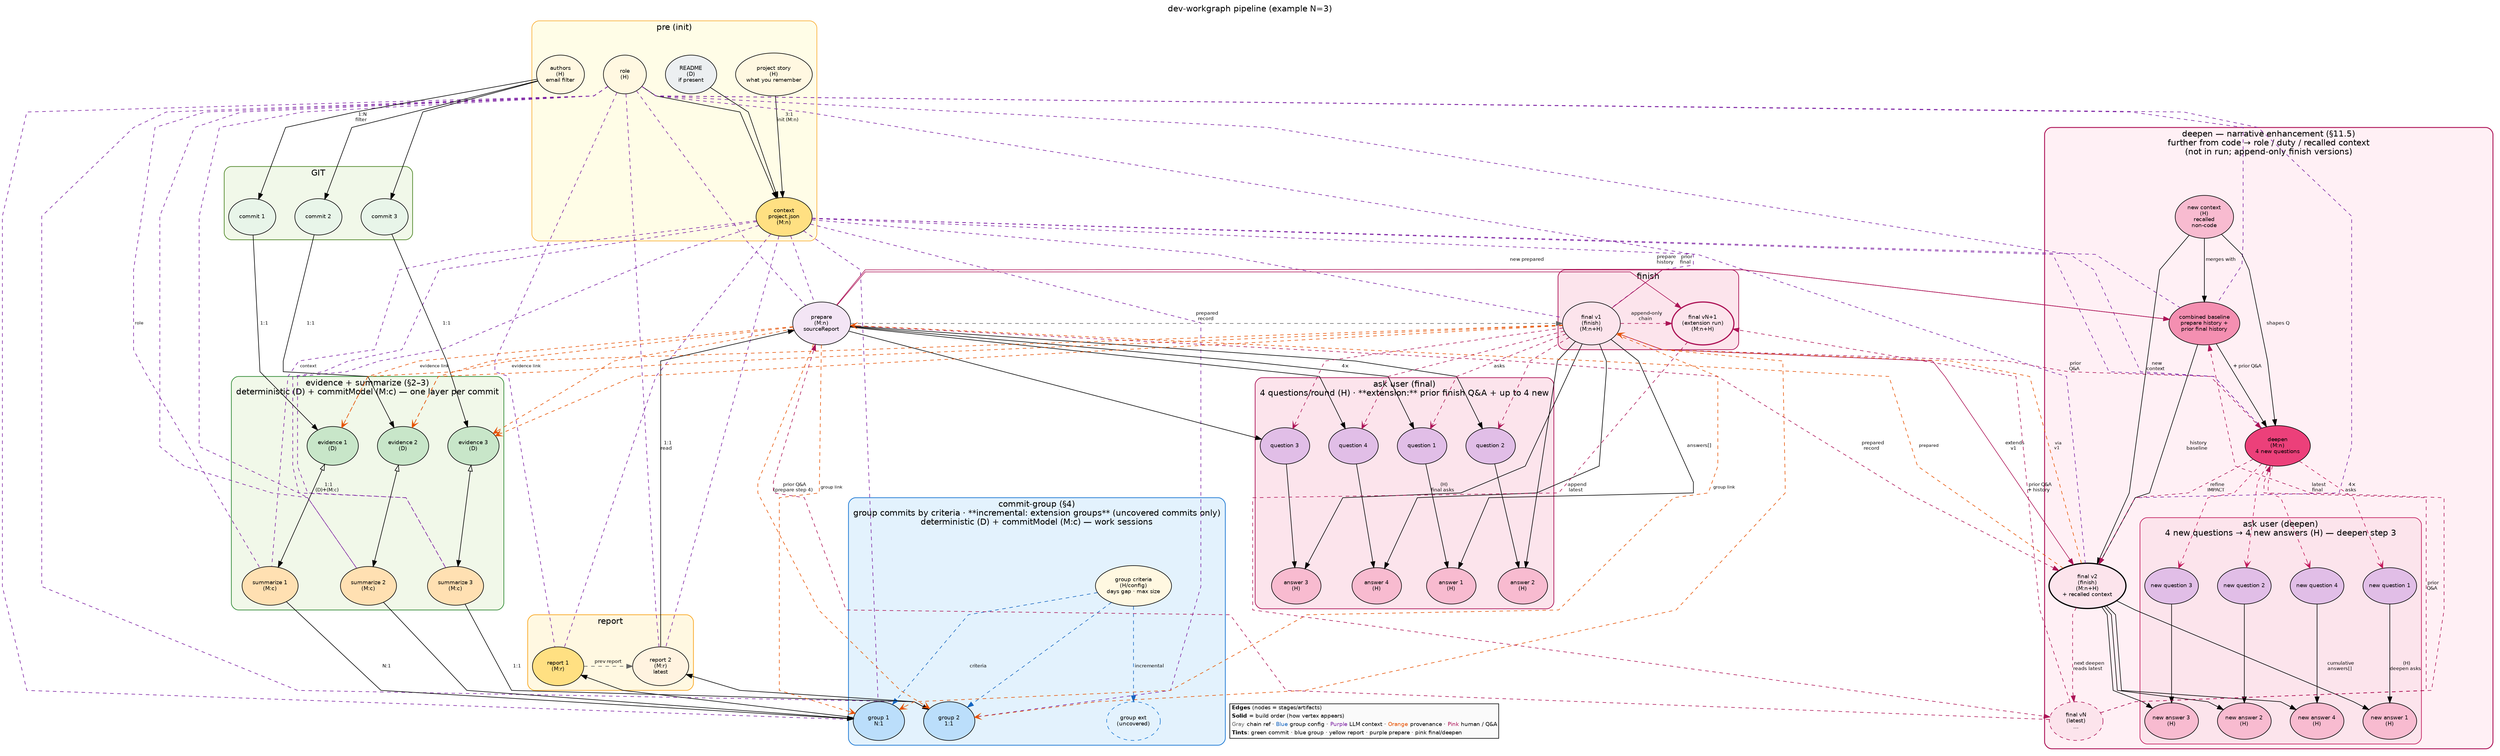
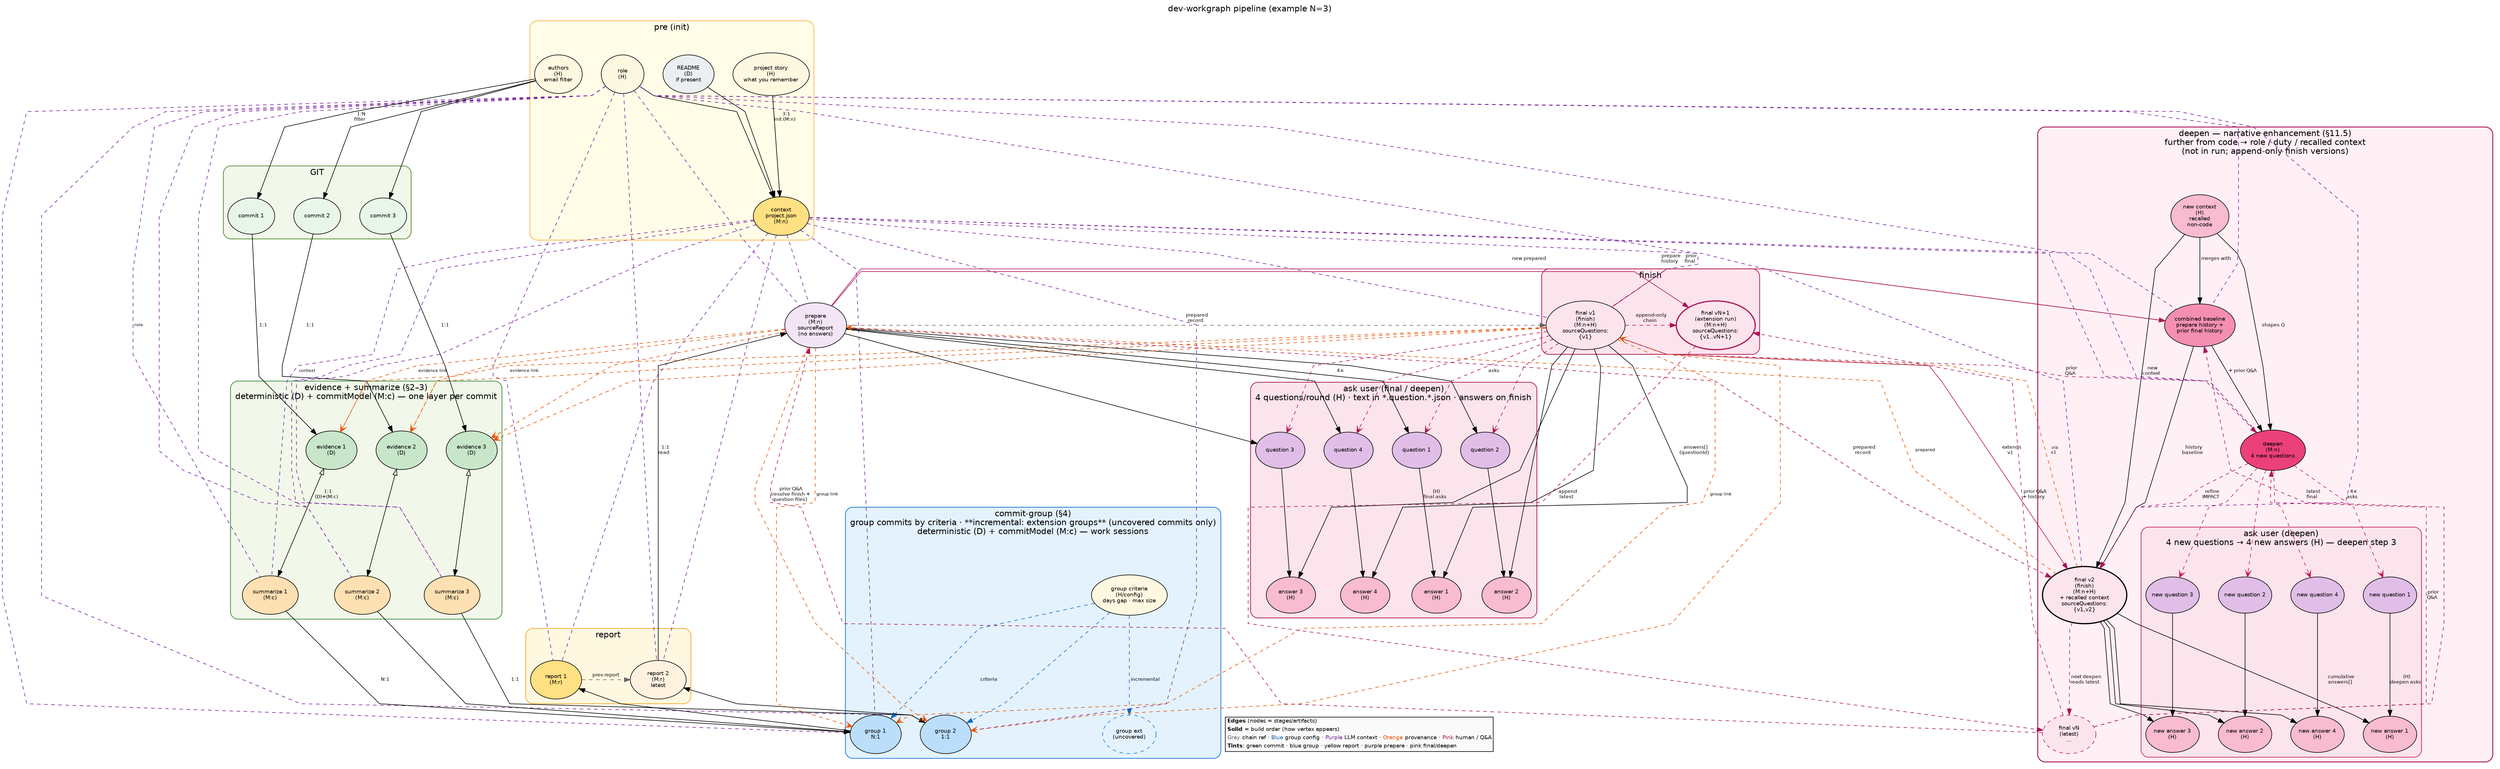
// dev-workgraph — pipeline graph (Graphviz)
//
// Render:
//   dot -Tpng uml/pipeline-graph.dot -o uml/pipeline-graph.png
//   dot -Tsvg uml/pipeline-graph.dot -o uml/pipeline-graph.svg

digraph pipeline {
  graph [
    rankdir=TB
    splines=polyline
    nodesep=0.45
    ranksep=0.75
    fontname="Helvetica"
    label="dev-workgraph pipeline (example N=3)"
    labelloc=t
  ]

  node [
    shape=ellipse
    style=filled
    fontname="Helvetica"
    fontsize=9
  ]

  edge [fontname="Helvetica" fontsize=8]

  // ── pre: human inputs → context (init) ──────────────────────────────

  subgraph cluster_pre {
    label="pre (init)"
    style=rounded
    color="#F9A825"
    bgcolor="#FFFDE7"

    v_story  [label="project story\n(H)\nwhat you remember" fillcolor="#FFF8E1" width=1.5 height=1.0]
    v_role   [label="role\n(H)" fillcolor="#FFF8E1" width=1.0 height=0.9]
    v_readme [label="README\n(D)\nif present" fillcolor="#ECEFF1" width=1.2 height=0.9]
    v_auth   [label="authors\n(H)\nemail filter" fillcolor="#FFF8E1" width=1.0 height=0.9]

    v_context [label="context\nproject.json\n(M:n)" fillcolor="#FFE082" width=1.3 height=0.9]

    { rank=same; v_story; v_role; v_readme; v_auth; }

    v_story  -> v_context [label=" 3:1\ninit (M:n) "]
    v_role   -> v_context
    v_readme -> v_context
  }

  // ── GIT: filtered commits (authors → 1:N) ─────────────────────────────

  subgraph cluster_git {
    label="GIT"
    style=rounded
    color="#558B2F"
    bgcolor="#F1F8E9"
    penwidth=1.2

    v_c1 [label="commit 1" fillcolor="#E8F5E9" width=1.1 height=0.85]
    v_c2 [label="commit 2" fillcolor="#E8F5E9" width=1.1 height=0.85]
    v_c3 [label="commit 3" fillcolor="#E8F5E9" width=1.1 height=0.85]

    { rank=same; v_c1; v_c2; v_c3; }
  }

  v_auth -> v_c1 [label=" 1:N\nfilter "]
  v_auth -> v_c2
  v_auth -> v_c3

  // ── per commit: evidence (D) + summarize (M:c) ───────────────────────

  subgraph cluster_commit_layer {
    label="evidence + summarize (§2–3)\ndeterministic (D) + commitModel (M:c) — one layer per commit"
    style=rounded
    color="#388E3C"
    bgcolor="#F1F8E9"
    penwidth=1.2

    v_e1 [label="evidence 1\n(D)" fillcolor="#C8E6C9" width=1.2 height=0.9]
    v_e2 [label="evidence 2\n(D)" fillcolor="#C8E6C9" width=1.2 height=0.9]
    v_e3 [label="evidence 3\n(D)" fillcolor="#C8E6C9" width=1.2 height=0.9]

    { rank=same; v_e1; v_e2; v_e3; }

    v_s1 [label="summarize 1\n(M:c)" fillcolor="#FFE0B2" width=1.3 height=0.9]
    v_s2 [label="summarize 2\n(M:c)" fillcolor="#FFE0B2" width=1.3 height=0.9]
    v_s3 [label="summarize 3\n(M:c)" fillcolor="#FFE0B2" width=1.3 height=0.9]

    { rank=same; v_s1; v_s2; v_s3; }

    v_e1 -> v_s1 [label=" 1:1\n(D)+(M:c) ", dir=both arrowhead=normal arrowtail=onormal]
    v_e2 -> v_s2 [dir=both arrowhead=normal arrowtail=onormal]
    v_e3 -> v_s3 [dir=both arrowhead=normal arrowtail=onormal]
  }

  v_c1 -> v_e1 [label=" 1:1 "]
  v_c2 -> v_e2 [label=" 1:1 "]
  v_c3 -> v_e3 [label=" 1:1 "]

  // ── commit-group: group commits by criteria → work sessions ────────

  subgraph cluster_groups {
    label="commit-group (§4)\ngroup commits by criteria · **incremental: extension groups** (uncovered commits only)\ndeterministic (D) + commitModel (M:c) — work sessions"
    style=rounded
    color="#1976D2"
    bgcolor="#E3F2FD"
    penwidth=1.2

    v_gcrit [label="group criteria\n(H/config)\ndays gap · max size" fillcolor="#FFF8E1" width=1.35 height=0.95]

    v_g1 [label="group 1\nN:1" fillcolor="#BBDEFB" width=1.2 height=0.9]
    v_g2 [label="group 2\n1:1" fillcolor="#BBDEFB" width=1.2 height=0.9]
    v_gext [label="group ext\n(uncovered)" fillcolor="#E3F2FD" width=1.25 height=0.9 style="filled,dashed" color="#1976D2"]

    { rank=same; v_g1; v_g2; v_gext; }

    v_gcrit -> v_g1 [label=" criteria ", style=dashed color="#1565C0"]
    v_gcrit -> v_g2 [style=dashed color="#1565C0"]
    v_gcrit -> v_gext [label=" incremental ", style=dashed color="#1565C0"]
  }

  v_s1 -> v_g1 [label=" N:1 "]
  v_s2 -> v_g1
  v_s3 -> v_g2 [label=" 1:1 "]

  // ── report fold: groups → report chain ────────────────────────────────

  subgraph cluster_reports {
    label="report"
    style=rounded
    color="#F9A825"
    bgcolor="#FFF8E1"
    penwidth=1.2

    v_r1 [label="report 1\n(M:r)" fillcolor="#FFE082" width=1.2 height=0.9]
    v_r2 [label="report 2\n(M:r)\nlatest" fillcolor="#FFF3E0" width=1.3 height=0.9]

    { rank=same; v_r1; v_r2; }

    v_r1 -> v_r2 [label=" prev report ", style=dashed color="#666666"]
  }

  v_g1 -> v_r1 [label=" init\n1:1 "]
  v_g2 -> v_r2 [label=" merge\n1:1 "]

  // ── prepare → 4 questions → 4 answers (H) → final ─────────────────

-   v_prep [label="prepare\n(M:n)\nsourceReport" fillcolor="#F3E5F5" width=1.35 height=1.0]
+   v_prep [label="prepare\n(M:n)\nsourceReport\n(no answers)" fillcolor="#F3E5F5" width=1.45 height=1.05]

  v_r2 -> v_prep [label=" 1:1\nread "]

  subgraph cluster_ask_final {
-     label="ask user (final)\n4 questions/round (H) · **extension:** prior finish Q&A + up to 4 new"
+     label="ask user (final / deepen)\n4 questions/round (H) · text in *.question.*.json · answers on finish"
    style=rounded
    color="#AD1457"
    bgcolor="#FCE4EC"
    penwidth=1.2

    v_q1 [label="question 1" fillcolor="#E1BEE7" width=1.15 height=0.85]
    v_q2 [label="question 2" fillcolor="#E1BEE7" width=1.15 height=0.85]
    v_q3 [label="question 3" fillcolor="#E1BEE7" width=1.15 height=0.85]
    v_q4 [label="question 4" fillcolor="#E1BEE7" width=1.15 height=0.85]

    { rank=same; v_q1; v_q2; v_q3; v_q4; }

    v_a1 [label="answer 1\n(H)" fillcolor="#F8BBD0" width=1.15 height=0.85]
    v_a2 [label="answer 2\n(H)" fillcolor="#F8BBD0" width=1.15 height=0.85]
    v_a3 [label="answer 3\n(H)" fillcolor="#F8BBD0" width=1.15 height=0.85]
    v_a4 [label="answer 4\n(H)" fillcolor="#F8BBD0" width=1.15 height=0.85]

    { rank=same; v_a1; v_a2; v_a3; v_a4; }

    v_q1 -> v_a1 [label=" (H)\nfinal asks "]
    v_q2 -> v_a2
    v_q3 -> v_a3
    v_q4 -> v_a4
  }

  v_prep -> v_q1 [label=" 4× "]
  v_prep -> v_q2
  v_prep -> v_q3
  v_prep -> v_q4

  subgraph cluster_finish {
    label="finish"
    style=rounded
    color="#AD1457"
    bgcolor="#FCE4EC"
    penwidth=1.2

-     v_fin [label="final v1\n(finish)\n(M:n+H)" fillcolor="#FCE4EC" width=1.35 height=1.0]
-     v_fext [label="final vN+1\n(extension run)\n(M:n+H)" fillcolor="#FCE4EC" width=1.45 height=1.0 penwidth=2 color="#AD1457"]
+     v_fin [label="final v1\n(finish)\n(M:n+H)\nsourceQuestions:\n{v1}" fillcolor="#FCE4EC" width=1.45 height=1.1]
+     v_fext [label="final vN+1\n(extension run)\n(M:n+H)\nsourceQuestions:\n{v1..vN+1}" fillcolor="#FCE4EC" width=1.55 height=1.1 penwidth=2 color="#AD1457"]

    { rank=same; v_fin; v_fext; }

    v_fin -> v_fext [label=" append-only\nchain ", style=dashed color="#AD1457"]
  }

  v_prep -> v_fin [label=" prepared\nrecord ", style=dashed color="#666666"]

-   v_fin -> v_a1 [label=" answers[] "]
+   v_fin -> v_a1 [label=" answers[]\n(questionId) "]
  v_fin -> v_a2
  v_fin -> v_a3
  v_fin -> v_a4

  v_fin -> v_q1 [label=" asks ", style=dashed color="#AD1457" arrowhead=open]
  v_fin -> v_q2 [style=dashed color="#AD1457" arrowhead=open]
  v_fin -> v_q3 [style=dashed color="#AD1457" arrowhead=open]
  v_fin -> v_q4 [style=dashed color="#AD1457" arrowhead=open]

  // ── deepen: narrative enhancement — further from code → role / duty ─

  subgraph cluster_deepen {
    label="deepen — narrative enhancement (§11.5)\nfurther from code → role / duty / recalled context\n(not in run; append-only finish versions)"
    style=rounded
    color="#AD1457"
    bgcolor="#FFF0F5"
    penwidth=1.5

    v_recall [label="new context\n(H)\nrecalled\nnon-code" fillcolor="#F8BBD0" width=1.35 height=1.0]

    v_combine [label="combined baseline\nprepare history +\nprior final history" fillcolor="#F48FB1" width=1.55 height=1.0]

    v_deepen [label="deepen\n(M:n)\n4 new questions" fillcolor="#EC407A" width=1.35 height=0.95]

    subgraph cluster_ask_deepen {
      label="ask user (deepen)\n4 new questions → 4 new answers (H) — deepen step 3"
      style=rounded
      color="#C2185B"
      bgcolor="#FCE4EC"
      penwidth=1.1

      v_nq1 [label="new question 1" fillcolor="#E1BEE7" width=1.2 height=0.85]
      v_nq2 [label="new question 2" fillcolor="#E1BEE7" width=1.2 height=0.85]
      v_nq3 [label="new question 3" fillcolor="#E1BEE7" width=1.2 height=0.85]
      v_nq4 [label="new question 4" fillcolor="#E1BEE7" width=1.2 height=0.85]

      { rank=same; v_nq1; v_nq2; v_nq3; v_nq4; }

      v_na1 [label="new answer 1\n(H)" fillcolor="#F8BBD0" width=1.2 height=0.85]
      v_na2 [label="new answer 2\n(H)" fillcolor="#F8BBD0" width=1.2 height=0.85]
      v_na3 [label="new answer 3\n(H)" fillcolor="#F8BBD0" width=1.2 height=0.85]
      v_na4 [label="new answer 4\n(H)" fillcolor="#F8BBD0" width=1.2 height=0.85]

      { rank=same; v_na1; v_na2; v_na3; v_na4; }

      v_nq1 -> v_na1 [label=" (H)\ndeepen asks "]
      v_nq2 -> v_na2
      v_nq3 -> v_na3
      v_nq4 -> v_na4
    }

-     v_fin2 [label="final v2\n(finish)\n(M:n+H)\n+ recalled context" fillcolor="#FCE4EC" width=1.45 height=1.05 penwidth=2]
+     v_fin2 [label="final v2\n(finish)\n(M:n+H)\n+ recalled context\nsourceQuestions:\n{v1,v2}" fillcolor="#FCE4EC" width=1.55 height=1.15 penwidth=2]
    v_finN [label="final vN\n(latest)\n…" fillcolor="#FCE4EC" width=1.25 height=0.9 style="filled,dashed" color="#AD1457"]

    v_recall -> v_combine [label=" merges with "]
    v_combine -> v_deepen [label=" + prior Q&A "]
    v_recall -> v_deepen [label=" shapes Q "]

    v_deepen -> v_nq1 [label=" 4×\nasks ", style=dashed color="#C2185B" arrowhead=open]
    v_deepen -> v_nq2 [style=dashed color="#C2185B" arrowhead=open]
    v_deepen -> v_nq3 [style=dashed color="#C2185B" arrowhead=open]
    v_deepen -> v_nq4 [style=dashed color="#C2185B" arrowhead=open]

    v_combine -> v_fin2 [label=" history\nbaseline "]
    v_recall -> v_fin2 [label=" new\ncontext "]
    v_deepen -> v_fin2 [label=" refine\nIMPACT " style=dashed color="#AD1457"]
    v_fin2 -> v_na1 [label=" cumulative\nanswers[] "]
    v_fin2 -> v_na2
    v_fin2 -> v_na3
    v_fin2 -> v_na4

    v_fin2 -> v_finN [label=" next deepen\nreads latest ", style=dashed color="#AD1457"]

    v_finN -> v_combine [label=" latest\nfinal ", style=dashed color="#AD1457" constraint=false]
    v_finN -> v_deepen [label=" prior\nQ&A ", style=dashed color="#AD1457" constraint=false]
  }


  // prepare + final v1 feed the deepen cluster (no new code paths)
  v_finN -> v_fext [label=" prior Q&A\n+ history ", color="#AD1457" style=dashed]
  v_prep -> v_fext [label=" new prepared ", color="#AD1457"]
  v_fext -> v_finN [label=" append\nlatest ", color="#AD1457" style=dashed constraint=false]

  v_prep -> v_combine [label=" prepare\nhistory ", color="#AD1457"]
  v_fin -> v_combine [label=" prior\nfinal ", color="#AD1457"]
  v_fin -> v_deepen [label=" prior\nQ&A ", color="#AD1457" style=dashed]
-   v_finN -> v_prep [label=" prior Q&A\n(prepare step 4) ", style=dashed color="#AD1457" constraint=false]
+   v_finN -> v_prep [label=" prior Q&A\n(resolve finish +\nquestion files) ", style=dashed color="#AD1457" constraint=false]
  v_prep -> v_fin2 [label=" prepared\nrecord ", style=dashed color="#AD1457"]
  v_fin -> v_fin2 [label=" extends\nv1 ", color="#AD1457"]

  // ── provenance: prepare + final keep links to groups and evidence ───

  {
    edge [
      style=dashed
      color="#E65100"
      arrowhead=open
      fontsize=7
    ]

    // prepare: via latest report (sourceGroups, historySource, groupCount)
    v_prep -> v_g1 [label=" group link "]
    v_prep -> v_g2
    v_prep -> v_e1 [label=" evidence link "]
    v_prep -> v_e2
    v_prep -> v_e3

    // final v1 (finish.json): sourceReport + sourcePrepared → same chain
    v_fin -> v_g1 [label=" group link "]
    v_fin -> v_g2
    v_fin -> v_e1 [label=" evidence link "]
    v_fin -> v_e2
    v_fin -> v_e3

    // final v2+ inherits code provenance only via prior finish (no new code reads)
    v_fin2 -> v_fin [label=" via\nv1 "]
    v_fin2 -> v_prep [label=" prepared "]
  }

  // ── context + role → every LLM stage (project context block) ────────

  {
    edge [
      style=dashed
      color="#7B1FA2"
      arrowhead=none
      fontsize=7
    ]

    v_context -> v_s1 [label=" context "]
    v_context -> v_s2
    v_context -> v_s3
    v_context -> v_g1
    v_context -> v_g2
    v_context -> v_r1
    v_context -> v_r2
    v_context -> v_prep
    v_context -> v_fin
    v_context -> v_combine
    v_context -> v_deepen
    v_context -> v_fin2

    v_role -> v_s1 [label=" role "]
    v_role -> v_s2
    v_role -> v_s3
    v_role -> v_g1
    v_role -> v_g2
    v_role -> v_r1
    v_role -> v_r2
    v_role -> v_prep
    v_role -> v_fin
    v_role -> v_combine
    v_role -> v_deepen
    v_role -> v_fin2
  }

  // ── legend: bottom-left, content-sized (no cluster — cluster stretched to full graph width) ──

  legend_compact [
    shape=plaintext
    margin=0
    label=<
      <TABLE BORDER="1" CELLBORDER="0" CELLPADDING="2" CELLSPACING="0" BGCOLOR="#FAFAFA">
        <TR><TD ALIGN="LEFT"><B>Edges</B> (nodes = stages/artifacts)</TD></TR>
        <TR><TD ALIGN="LEFT"><B>Solid</B> = build order (how vertex appears)</TD></TR>
        <TR><TD ALIGN="LEFT"><FONT COLOR="#666666">Gray</FONT> chain ref · <FONT COLOR="#1565C0">Blue</FONT> group config · <FONT COLOR="#7B1FA2">Purple</FONT> LLM context · <FONT COLOR="#E65100">Orange</FONT> provenance · <FONT COLOR="#AD1457">Pink</FONT> human / Q&amp;A</TD></TR>
        <TR><TD ALIGN="LEFT"><B>Tints</B>: green commit · blue group · yellow report · purple prepare · pink final/deepen</TD></TR>
      </TABLE>
    >
  ]

  { rank=sink; legend_compact; }
  v_gcrit -> legend_compact [style=invis weight=10 minlen=1]
}
